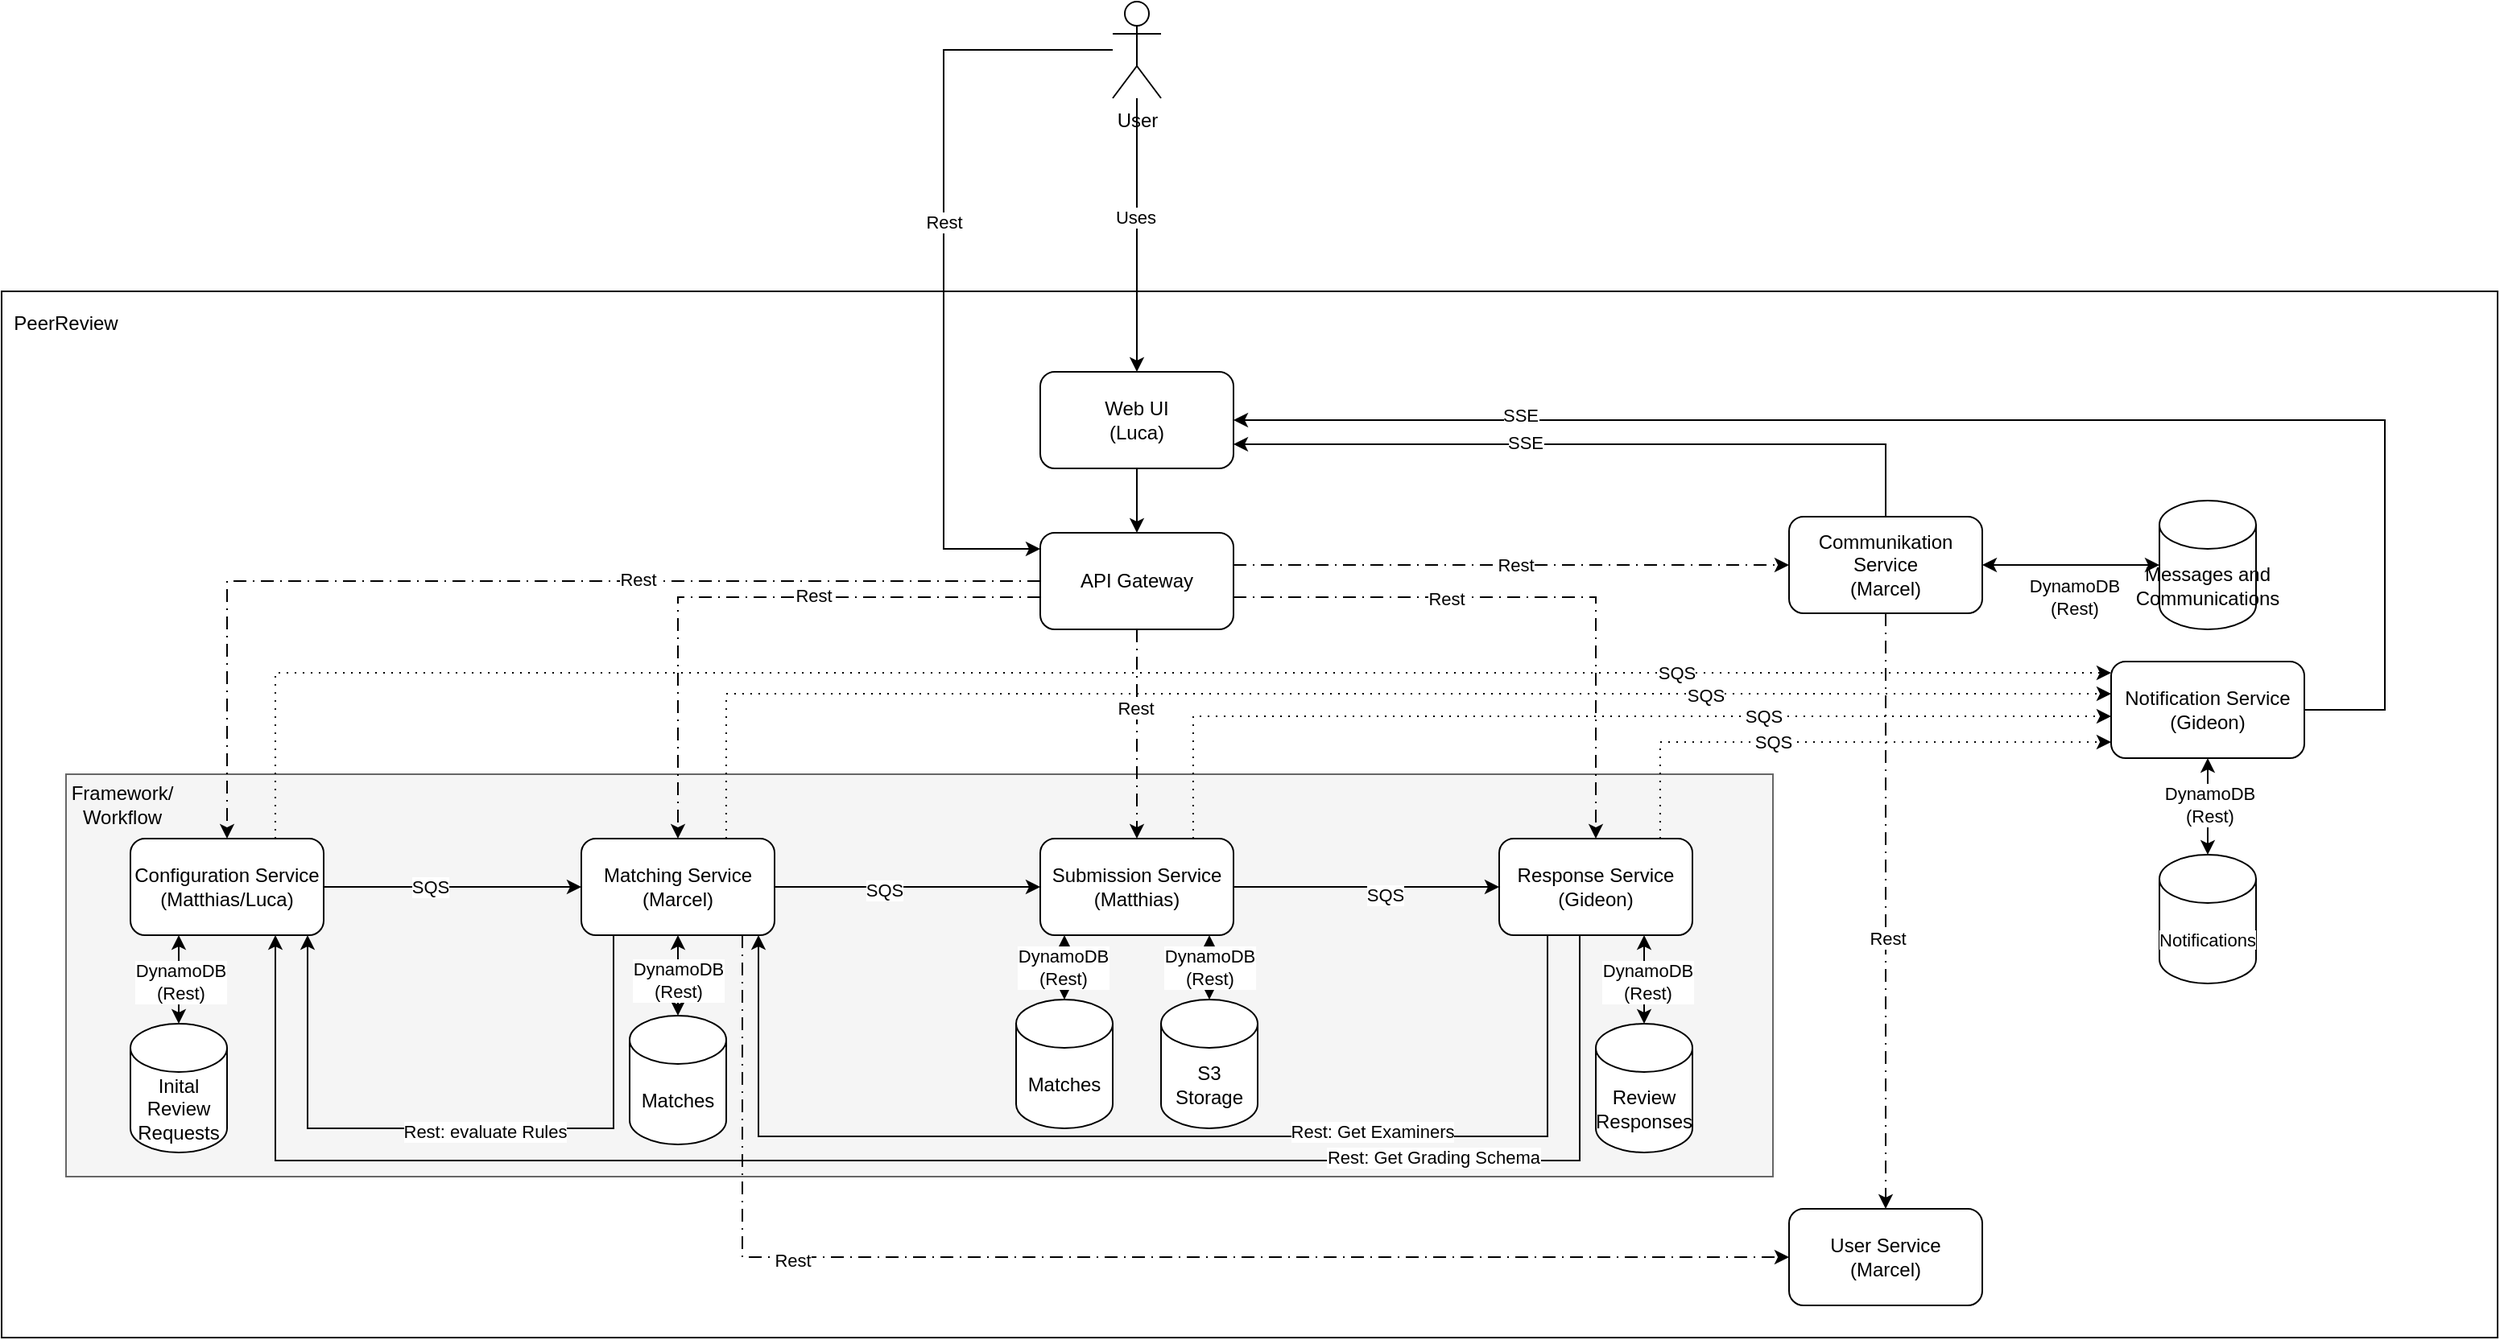
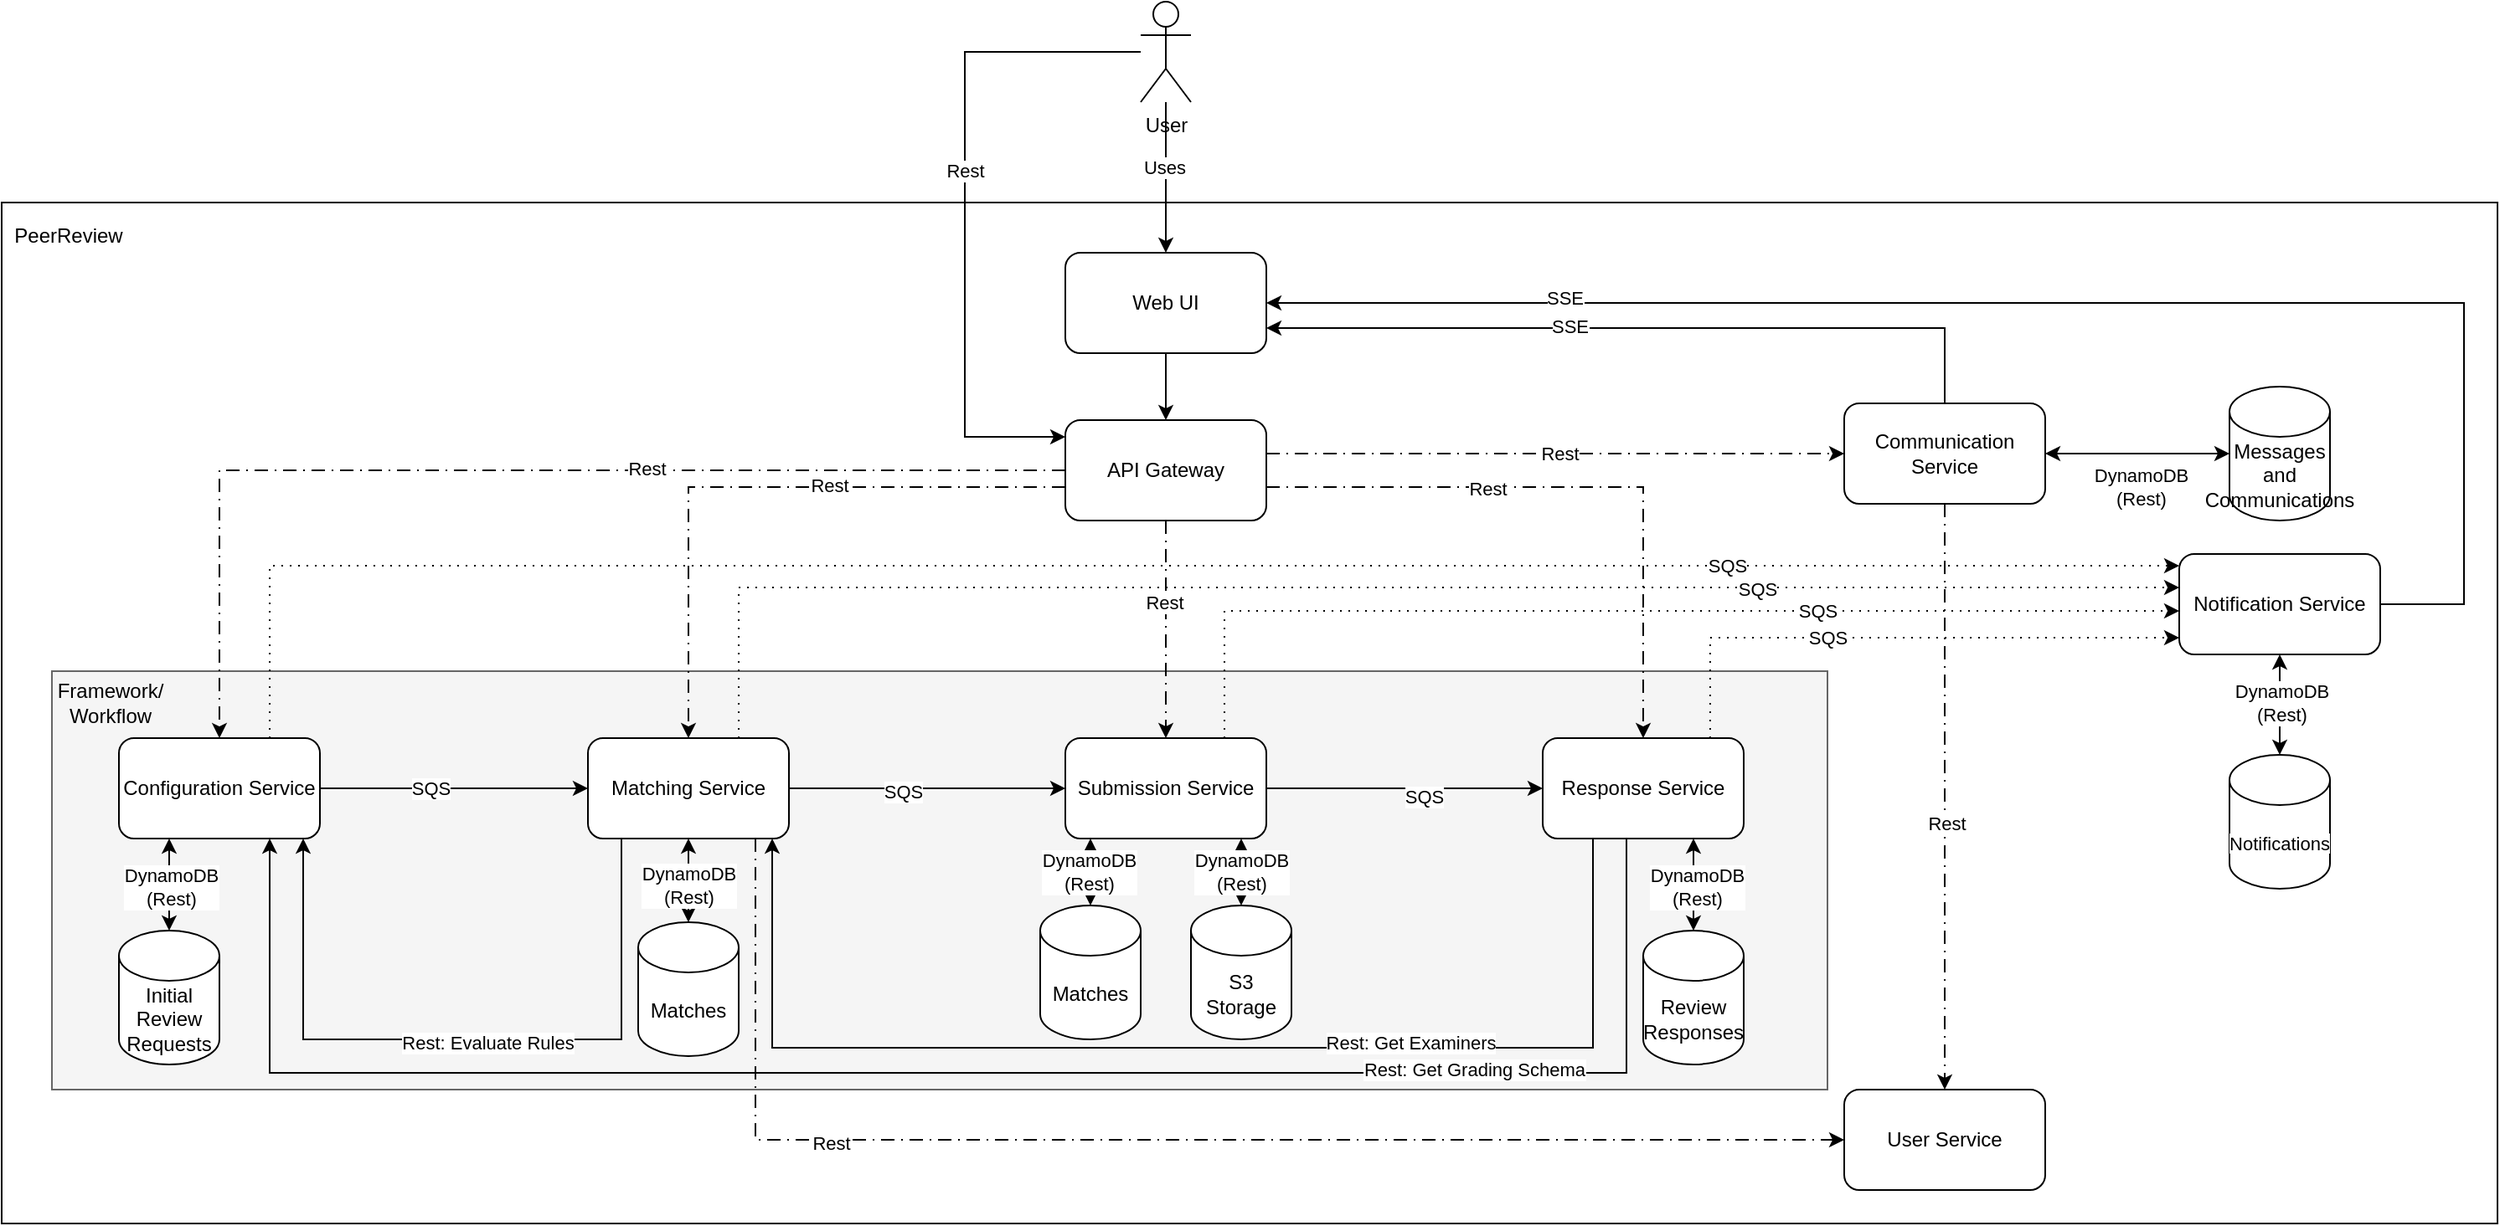
<mxfile host="Electron" agent="Mozilla/5.0 (X11; Linux x86_64) AppleWebKit/537.36 (KHTML, like Gecko) draw.io/28.2.5 Chrome/138.0.7204.251 Electron/37.6.1 Safari/537.36" pages="2">
  <diagram name="High Level" id="ID3RAyzOV6fLb8l5Ptma">
-     <mxGraphModel dx="2539" dy="2170" grid="1" gridSize="10" guides="1" tooltips="1" connect="1" arrows="1" fold="1" page="1" pageScale="1" pageWidth="827" pageHeight="1169" math="0" shadow="0">
+     <mxGraphModel dx="2094" dy="2085" grid="1" gridSize="10" guides="1" tooltips="1" connect="1" arrows="1" fold="1" page="1" pageScale="1" pageWidth="827" pageHeight="1169" math="0" shadow="0">
      <root>
        <mxCell id="0" />
        <mxCell id="1" parent="0" />
        <mxCell id="NVj9iPbqjQfBS6VMhpZ8-39" parent="1" style="rounded=0;whiteSpace=wrap;html=1;strokeColor=default;" value="" vertex="1">
-           <mxGeometry height="650" width="1550" x="-50" y="90" as="geometry" />
+           <mxGeometry height="610" width="1490" x="-40" y="110" as="geometry" />
        </mxCell>
        <mxCell id="slFzvp3YNuIOqwgEVRnD-15" parent="1" style="rounded=0;whiteSpace=wrap;html=1;fillColor=#f5f5f5;fontColor=#333333;strokeColor=#666666;" value="" vertex="1">
          <mxGeometry height="250" width="1060" x="-10" y="390" as="geometry" />
        </mxCell>
        <mxCell id="NVj9iPbqjQfBS6VMhpZ8-58" edge="1" parent="1" source="ausk1SaVNXoRTjEbY8qj-3" style="edgeStyle=orthogonalEdgeStyle;rounded=0;orthogonalLoop=1;jettySize=auto;html=1;dashed=1;dashPattern=8 4 1 4;" target="NVj9iPbqjQfBS6VMhpZ8-6">
          <mxGeometry relative="1" as="geometry">
            <Array as="points">
              <mxPoint x="990" y="260" />
              <mxPoint x="990" y="260" />
            </Array>
          </mxGeometry>
        </mxCell>
        <mxCell id="NVj9iPbqjQfBS6VMhpZ8-59" connectable="0" parent="NVj9iPbqjQfBS6VMhpZ8-58" style="edgeLabel;html=1;align=center;verticalAlign=middle;resizable=0;points=[];" value="Rest" vertex="1">
          <mxGeometry relative="1" x="0.0141" as="geometry">
            <mxPoint as="offset" />
          </mxGeometry>
        </mxCell>
        <mxCell id="ausk1SaVNXoRTjEbY8qj-4" edge="1" parent="1" source="NVj9iPbqjQfBS6VMhpZ8-1" style="edgeStyle=orthogonalEdgeStyle;rounded=0;orthogonalLoop=1;jettySize=auto;html=1;" target="ausk1SaVNXoRTjEbY8qj-3">
          <mxGeometry relative="1" as="geometry">
            <Array as="points">
              <mxPoint x="655" y="250" />
              <mxPoint x="655" y="250" />
            </Array>
          </mxGeometry>
        </mxCell>
-         <mxCell id="NVj9iPbqjQfBS6VMhpZ8-1" parent="1" style="rounded=1;whiteSpace=wrap;html=1;" value="Web UI&lt;br&gt;(Luca)" vertex="1">
+         <mxCell id="NVj9iPbqjQfBS6VMhpZ8-1" parent="1" style="rounded=1;whiteSpace=wrap;html=1;" value="Web UI" vertex="1">
          <mxGeometry height="60" width="120" x="595" y="140" as="geometry" />
        </mxCell>
        <mxCell id="NVj9iPbqjQfBS6VMhpZ8-61" edge="1" parent="1" source="NVj9iPbqjQfBS6VMhpZ8-4" style="edgeStyle=orthogonalEdgeStyle;rounded=0;orthogonalLoop=1;jettySize=auto;html=1;dashed=1;dashPattern=1 4;" target="NVj9iPbqjQfBS6VMhpZ8-12">
          <mxGeometry relative="1" as="geometry">
            <Array as="points">
              <mxPoint x="690" y="354" />
            </Array>
          </mxGeometry>
        </mxCell>
        <mxCell id="NVj9iPbqjQfBS6VMhpZ8-62" connectable="0" parent="NVj9iPbqjQfBS6VMhpZ8-61" style="edgeLabel;html=1;align=center;verticalAlign=middle;resizable=0;points=[];" value="SQS" vertex="1">
          <mxGeometry relative="1" x="-0.1511" y="1" as="geometry">
            <mxPoint x="156" y="1" as="offset" />
          </mxGeometry>
        </mxCell>
        <mxCell id="Owhqu0WwL8E9OPZJocHN-1" edge="1" parent="1" source="NVj9iPbqjQfBS6VMhpZ8-4" style="edgeStyle=orthogonalEdgeStyle;rounded=0;orthogonalLoop=1;jettySize=auto;html=1;" target="NVj9iPbqjQfBS6VMhpZ8-13">
          <mxGeometry relative="1" as="geometry" />
        </mxCell>
        <mxCell id="Owhqu0WwL8E9OPZJocHN-2" connectable="0" parent="Owhqu0WwL8E9OPZJocHN-1" style="edgeLabel;html=1;align=center;verticalAlign=middle;resizable=0;points=[];" value="SQS" vertex="1">
          <mxGeometry relative="1" x="0.1487" y="-5" as="geometry">
            <mxPoint x="-1" as="offset" />
          </mxGeometry>
        </mxCell>
        <mxCell id="oAghlbfqgMI8xfLaUeke-15" edge="1" parent="1" source="NVj9iPbqjQfBS6VMhpZ8-4" style="edgeStyle=orthogonalEdgeStyle;rounded=0;orthogonalLoop=1;jettySize=auto;html=1;startArrow=classic;startFill=1;" target="oAghlbfqgMI8xfLaUeke-14">
          <mxGeometry relative="1" as="geometry">
            <Array as="points">
              <mxPoint x="610" y="500" />
              <mxPoint x="610" y="500" />
            </Array>
          </mxGeometry>
        </mxCell>
        <mxCell id="oAghlbfqgMI8xfLaUeke-29" connectable="0" parent="oAghlbfqgMI8xfLaUeke-15" style="edgeLabel;html=1;align=center;verticalAlign=middle;resizable=0;points=[];" value="DynamoDB&lt;br&gt;(Rest)" vertex="1">
          <mxGeometry relative="1" x="-0.0024" y="-1" as="geometry">
            <mxPoint as="offset" />
          </mxGeometry>
        </mxCell>
        <mxCell id="oAghlbfqgMI8xfLaUeke-18" edge="1" parent="1" source="NVj9iPbqjQfBS6VMhpZ8-4" style="edgeStyle=orthogonalEdgeStyle;rounded=0;orthogonalLoop=1;jettySize=auto;html=1;startArrow=classic;startFill=1;" target="oAghlbfqgMI8xfLaUeke-17">
          <mxGeometry relative="1" as="geometry">
            <Array as="points">
              <mxPoint x="700" y="510" />
              <mxPoint x="700" y="510" />
            </Array>
          </mxGeometry>
        </mxCell>
        <mxCell id="oAghlbfqgMI8xfLaUeke-30" connectable="0" parent="oAghlbfqgMI8xfLaUeke-18" style="edgeLabel;html=1;align=center;verticalAlign=middle;resizable=0;points=[];" value="DynamoDB&lt;br&gt;(Rest)" vertex="1">
          <mxGeometry relative="1" x="-0.0024" as="geometry">
            <mxPoint as="offset" />
          </mxGeometry>
        </mxCell>
-         <mxCell id="NVj9iPbqjQfBS6VMhpZ8-4" parent="1" style="rounded=1;whiteSpace=wrap;html=1;" value="Submission Service&lt;br&gt;(Matthias)" vertex="1">
+         <mxCell id="NVj9iPbqjQfBS6VMhpZ8-4" parent="1" style="rounded=1;whiteSpace=wrap;html=1;" value="Submission Service" vertex="1">
          <mxGeometry height="60" width="120" x="595" y="430" as="geometry" />
        </mxCell>
        <mxCell id="NVj9iPbqjQfBS6VMhpZ8-27" edge="1" parent="1" source="NVj9iPbqjQfBS6VMhpZ8-6" style="edgeStyle=orthogonalEdgeStyle;rounded=0;orthogonalLoop=1;jettySize=auto;html=1;startArrow=classic;startFill=1;" target="NVj9iPbqjQfBS6VMhpZ8-26">
          <mxGeometry relative="1" as="geometry" />
        </mxCell>
        <mxCell id="NVj9iPbqjQfBS6VMhpZ8-34" connectable="0" parent="NVj9iPbqjQfBS6VMhpZ8-27" style="edgeLabel;html=1;align=center;verticalAlign=middle;resizable=0;points=[];" value="DynamoDB&lt;br&gt;(Rest)" vertex="1">
          <mxGeometry relative="1" x="-0.2444" y="-3" as="geometry">
            <mxPoint x="15" y="17" as="offset" />
          </mxGeometry>
        </mxCell>
        <mxCell id="cuKvIMZ_K0Dogn1DT0qO-4" edge="1" parent="1" source="NVj9iPbqjQfBS6VMhpZ8-6" style="edgeStyle=orthogonalEdgeStyle;rounded=0;orthogonalLoop=1;jettySize=auto;html=1;dashed=1;dashPattern=8 4 1 4;" target="cuKvIMZ_K0Dogn1DT0qO-1">
          <mxGeometry relative="1" as="geometry">
            <Array as="points">
              <mxPoint x="1120" y="690" />
            </Array>
          </mxGeometry>
        </mxCell>
        <mxCell id="oAghlbfqgMI8xfLaUeke-26" connectable="0" parent="cuKvIMZ_K0Dogn1DT0qO-4" style="edgeLabel;html=1;align=center;verticalAlign=middle;resizable=0;points=[];" value="Rest" vertex="1">
          <mxGeometry relative="1" x="0.0886" y="1" as="geometry">
            <mxPoint as="offset" />
          </mxGeometry>
        </mxCell>
        <mxCell id="oAghlbfqgMI8xfLaUeke-19" edge="1" parent="1" source="NVj9iPbqjQfBS6VMhpZ8-6" style="edgeStyle=orthogonalEdgeStyle;rounded=0;orthogonalLoop=1;jettySize=auto;html=1;entryX=1;entryY=0.75;entryDx=0;entryDy=0;" target="NVj9iPbqjQfBS6VMhpZ8-1">
          <mxGeometry relative="1" as="geometry">
            <Array as="points">
              <mxPoint x="1120" y="185" />
            </Array>
          </mxGeometry>
        </mxCell>
        <mxCell id="oAghlbfqgMI8xfLaUeke-20" connectable="0" parent="oAghlbfqgMI8xfLaUeke-19" style="edgeLabel;html=1;align=center;verticalAlign=middle;resizable=0;points=[];" value="SSE" vertex="1">
          <mxGeometry relative="1" x="0.1949" y="-1" as="geometry">
            <mxPoint as="offset" />
          </mxGeometry>
        </mxCell>
-         <mxCell id="NVj9iPbqjQfBS6VMhpZ8-6" parent="1" style="rounded=1;whiteSpace=wrap;html=1;" value="Communikation Service&lt;br&gt;(Marcel)" vertex="1">
+         <mxCell id="NVj9iPbqjQfBS6VMhpZ8-6" parent="1" style="rounded=1;whiteSpace=wrap;html=1;" value="Communication Service" vertex="1">
          <mxGeometry height="60" width="120" x="1060" y="230" as="geometry" />
        </mxCell>
        <mxCell id="NVj9iPbqjQfBS6VMhpZ8-43" edge="1" parent="1" source="NVj9iPbqjQfBS6VMhpZ8-12" style="edgeStyle=orthogonalEdgeStyle;rounded=0;orthogonalLoop=1;jettySize=auto;html=1;" target="NVj9iPbqjQfBS6VMhpZ8-1">
          <mxGeometry relative="1" as="geometry">
            <Array as="points">
              <mxPoint x="1430" y="350" />
              <mxPoint x="1430" y="170" />
            </Array>
          </mxGeometry>
        </mxCell>
        <mxCell id="oAghlbfqgMI8xfLaUeke-21" connectable="0" parent="NVj9iPbqjQfBS6VMhpZ8-43" style="edgeLabel;html=1;align=center;verticalAlign=middle;resizable=0;points=[];" value="SSE" vertex="1">
          <mxGeometry relative="1" x="0.6228" y="-3" as="geometry">
            <mxPoint as="offset" />
          </mxGeometry>
        </mxCell>
        <mxCell id="oAghlbfqgMI8xfLaUeke-23" edge="1" parent="1" source="NVj9iPbqjQfBS6VMhpZ8-12" style="edgeStyle=orthogonalEdgeStyle;rounded=0;orthogonalLoop=1;jettySize=auto;html=1;startArrow=classic;startFill=1;" target="oAghlbfqgMI8xfLaUeke-22">
          <mxGeometry relative="1" as="geometry" />
        </mxCell>
        <mxCell id="oAghlbfqgMI8xfLaUeke-25" connectable="0" parent="oAghlbfqgMI8xfLaUeke-23" style="edgeLabel;html=1;align=center;verticalAlign=middle;resizable=0;points=[];" value="DynamoDB&lt;br&gt;(Rest)" vertex="1">
          <mxGeometry relative="1" x="0.0584" as="geometry">
            <mxPoint x="1" y="-3" as="offset" />
          </mxGeometry>
        </mxCell>
-         <mxCell id="NVj9iPbqjQfBS6VMhpZ8-12" parent="1" style="rounded=1;whiteSpace=wrap;html=1;" value="Notification Service&lt;br&gt;(Gideon)" vertex="1">
+         <mxCell id="NVj9iPbqjQfBS6VMhpZ8-12" parent="1" style="rounded=1;whiteSpace=wrap;html=1;" value="Notification Service" vertex="1">
          <mxGeometry height="60" width="120" x="1260" y="320" as="geometry" />
        </mxCell>
        <mxCell id="NVj9iPbqjQfBS6VMhpZ8-69" edge="1" parent="1" source="NVj9iPbqjQfBS6VMhpZ8-13" style="edgeStyle=orthogonalEdgeStyle;rounded=0;orthogonalLoop=1;jettySize=auto;html=1;dashed=1;dashPattern=1 4;" target="NVj9iPbqjQfBS6VMhpZ8-12">
          <mxGeometry relative="1" as="geometry">
            <Array as="points">
              <mxPoint x="980" y="370" />
            </Array>
          </mxGeometry>
        </mxCell>
        <mxCell id="NVj9iPbqjQfBS6VMhpZ8-70" connectable="0" parent="NVj9iPbqjQfBS6VMhpZ8-69" style="edgeLabel;html=1;align=center;verticalAlign=middle;resizable=0;points=[];" value="SQS" vertex="1">
          <mxGeometry relative="1" x="-0.2" y="-1" as="geometry">
            <mxPoint x="-6" y="-1" as="offset" />
          </mxGeometry>
        </mxCell>
        <mxCell id="Owhqu0WwL8E9OPZJocHN-3" edge="1" parent="1" source="NVj9iPbqjQfBS6VMhpZ8-13" style="edgeStyle=orthogonalEdgeStyle;rounded=0;orthogonalLoop=1;jettySize=auto;html=1;entryX=0.75;entryY=1;entryDx=0;entryDy=0;" target="slFzvp3YNuIOqwgEVRnD-1">
          <mxGeometry relative="1" as="geometry">
            <Array as="points">
              <mxPoint x="930" y="630" />
              <mxPoint x="120" y="630" />
            </Array>
          </mxGeometry>
        </mxCell>
        <mxCell id="Owhqu0WwL8E9OPZJocHN-4" connectable="0" parent="Owhqu0WwL8E9OPZJocHN-3" style="edgeLabel;html=1;align=center;verticalAlign=middle;resizable=0;points=[];" value="Rest: Get Grading Schema" vertex="1">
          <mxGeometry relative="1" x="-0.2274" as="geometry">
            <mxPoint x="190" y="-2" as="offset" />
          </mxGeometry>
        </mxCell>
        <mxCell id="Owhqu0WwL8E9OPZJocHN-5" edge="1" parent="1" source="NVj9iPbqjQfBS6VMhpZ8-13" style="edgeStyle=orthogonalEdgeStyle;rounded=0;orthogonalLoop=1;jettySize=auto;html=1;" target="slFzvp3YNuIOqwgEVRnD-6">
          <mxGeometry relative="1" as="geometry">
            <Array as="points">
              <mxPoint x="910" y="615" />
              <mxPoint x="420" y="615" />
            </Array>
          </mxGeometry>
        </mxCell>
        <mxCell id="Owhqu0WwL8E9OPZJocHN-6" connectable="0" parent="Owhqu0WwL8E9OPZJocHN-5" style="edgeLabel;html=1;align=center;verticalAlign=middle;resizable=0;points=[];" value="Rest: Get Examiners" vertex="1">
          <mxGeometry relative="1" x="-0.063" y="-3" as="geometry">
            <mxPoint x="112" as="offset" />
          </mxGeometry>
        </mxCell>
        <mxCell id="oAghlbfqgMI8xfLaUeke-27" edge="1" parent="1" source="NVj9iPbqjQfBS6VMhpZ8-13" style="edgeStyle=orthogonalEdgeStyle;rounded=0;orthogonalLoop=1;jettySize=auto;html=1;startArrow=classic;startFill=1;" target="oAghlbfqgMI8xfLaUeke-16">
          <mxGeometry relative="1" as="geometry">
            <Array as="points">
              <mxPoint x="970" y="510" />
              <mxPoint x="970" y="510" />
            </Array>
          </mxGeometry>
        </mxCell>
        <mxCell id="oAghlbfqgMI8xfLaUeke-28" connectable="0" parent="oAghlbfqgMI8xfLaUeke-27" style="edgeLabel;html=1;align=center;verticalAlign=middle;resizable=0;points=[];" value="DynamoDB&lt;br&gt;(Rest)" vertex="1">
          <mxGeometry relative="1" x="0.0303" y="2" as="geometry">
            <mxPoint as="offset" />
          </mxGeometry>
        </mxCell>
-         <mxCell id="NVj9iPbqjQfBS6VMhpZ8-13" parent="1" style="rounded=1;whiteSpace=wrap;html=1;" value="Response Service&lt;br&gt;(Gideon)" vertex="1">
+         <mxCell id="NVj9iPbqjQfBS6VMhpZ8-13" parent="1" style="rounded=1;whiteSpace=wrap;html=1;" value="Response Service" vertex="1">
          <mxGeometry height="60" width="120" x="880" y="430" as="geometry" />
        </mxCell>
-         <mxCell id="NVj9iPbqjQfBS6VMhpZ8-26" parent="1" style="shape=cylinder3;whiteSpace=wrap;html=1;boundedLbl=1;backgroundOutline=1;size=15;" value="&lt;div&gt;Messages and Communications&lt;/div&gt;" vertex="1">
+         <mxCell id="NVj9iPbqjQfBS6VMhpZ8-26" parent="1" style="shape=cylinder3;whiteSpace=wrap;html=1;boundedLbl=1;backgroundOutline=1;size=15;" value="&lt;div&gt;Messages &lt;br&gt;and Communications&lt;/div&gt;" vertex="1">
          <mxGeometry height="80" width="60" x="1290" y="220" as="geometry" />
        </mxCell>
        <mxCell id="NVj9iPbqjQfBS6VMhpZ8-41" edge="1" parent="1" source="NVj9iPbqjQfBS6VMhpZ8-38" style="edgeStyle=orthogonalEdgeStyle;rounded=0;orthogonalLoop=1;jettySize=auto;html=1;entryX=0.5;entryY=0;entryDx=0;entryDy=0;" target="NVj9iPbqjQfBS6VMhpZ8-1">
          <mxGeometry relative="1" as="geometry" />
        </mxCell>
        <mxCell id="NVj9iPbqjQfBS6VMhpZ8-42" connectable="0" parent="NVj9iPbqjQfBS6VMhpZ8-41" style="edgeLabel;html=1;align=center;verticalAlign=middle;resizable=0;points=[];" value="Uses" vertex="1">
          <mxGeometry relative="1" x="-0.1348" y="-1" as="geometry">
            <mxPoint as="offset" />
          </mxGeometry>
        </mxCell>
        <mxCell id="FmUHRXMwn8OitpMJVP8s-4" edge="1" parent="1" source="NVj9iPbqjQfBS6VMhpZ8-38" style="edgeStyle=orthogonalEdgeStyle;rounded=0;orthogonalLoop=1;jettySize=auto;html=1;" target="ausk1SaVNXoRTjEbY8qj-3">
          <mxGeometry relative="1" as="geometry">
            <Array as="points">
-               <mxPoint x="535" y="-60" />
+               <mxPoint x="535" y="20" />
              <mxPoint x="535" y="250" />
            </Array>
          </mxGeometry>
        </mxCell>
        <mxCell id="FmUHRXMwn8OitpMJVP8s-5" connectable="0" parent="FmUHRXMwn8OitpMJVP8s-4" style="edgeLabel;html=1;align=center;verticalAlign=middle;resizable=0;points=[];" value="Rest" vertex="1">
          <mxGeometry relative="1" x="-0.1078" as="geometry">
            <mxPoint as="offset" />
          </mxGeometry>
        </mxCell>
        <mxCell id="NVj9iPbqjQfBS6VMhpZ8-38" parent="1" style="shape=umlActor;verticalLabelPosition=bottom;verticalAlign=top;html=1;outlineConnect=0;" value="User" vertex="1">
-           <mxGeometry height="60" width="30" x="640" y="-90" as="geometry" />
+           <mxGeometry height="60" width="30" x="640" y="-10" as="geometry" />
        </mxCell>
        <mxCell id="NVj9iPbqjQfBS6VMhpZ8-45" parent="1" style="text;html=1;whiteSpace=wrap;strokeColor=none;fillColor=none;align=center;verticalAlign=middle;rounded=0;" value="PeerReview" vertex="1">
-           <mxGeometry height="40" width="80" x="-50" y="90" as="geometry" />
+           <mxGeometry height="40" width="80" x="-40" y="110" as="geometry" />
        </mxCell>
        <mxCell id="ausk1SaVNXoRTjEbY8qj-5" edge="1" parent="1" source="ausk1SaVNXoRTjEbY8qj-3" style="edgeStyle=orthogonalEdgeStyle;rounded=0;orthogonalLoop=1;jettySize=auto;html=1;dashed=1;dashPattern=8 4 1 4;" target="NVj9iPbqjQfBS6VMhpZ8-4">
          <mxGeometry relative="1" as="geometry">
            <Array as="points">
              <mxPoint x="655" y="370" />
              <mxPoint x="655" y="370" />
            </Array>
          </mxGeometry>
        </mxCell>
        <mxCell id="FmUHRXMwn8OitpMJVP8s-1" connectable="0" parent="ausk1SaVNXoRTjEbY8qj-5" style="edgeLabel;html=1;align=center;verticalAlign=middle;resizable=0;points=[];" value="Rest" vertex="1">
          <mxGeometry relative="1" x="-0.2464" y="-1" as="geometry">
            <mxPoint as="offset" />
          </mxGeometry>
        </mxCell>
        <mxCell id="ausk1SaVNXoRTjEbY8qj-7" edge="1" parent="1" source="ausk1SaVNXoRTjEbY8qj-3" style="edgeStyle=orthogonalEdgeStyle;rounded=0;orthogonalLoop=1;jettySize=auto;html=1;dashed=1;dashPattern=8 4 1 4;" target="NVj9iPbqjQfBS6VMhpZ8-13">
          <mxGeometry relative="1" as="geometry">
            <Array as="points">
              <mxPoint x="940" y="280" />
            </Array>
          </mxGeometry>
        </mxCell>
        <mxCell id="FmUHRXMwn8OitpMJVP8s-3" connectable="0" parent="ausk1SaVNXoRTjEbY8qj-7" style="edgeLabel;html=1;align=center;verticalAlign=middle;resizable=0;points=[];" value="Rest" vertex="1">
          <mxGeometry relative="1" x="-0.2977" y="-1" as="geometry">
            <mxPoint as="offset" />
          </mxGeometry>
        </mxCell>
        <mxCell id="ausk1SaVNXoRTjEbY8qj-3" parent="1" style="rounded=1;whiteSpace=wrap;html=1;" value="API Gateway" vertex="1">
          <mxGeometry height="60" width="120" x="595" y="240" as="geometry" />
        </mxCell>
        <mxCell id="slFzvp3YNuIOqwgEVRnD-4" edge="1" parent="1" source="slFzvp3YNuIOqwgEVRnD-6" style="edgeStyle=orthogonalEdgeStyle;rounded=0;orthogonalLoop=1;jettySize=auto;html=1;" target="NVj9iPbqjQfBS6VMhpZ8-4">
          <mxGeometry relative="1" as="geometry" />
        </mxCell>
        <mxCell id="slFzvp3YNuIOqwgEVRnD-11" connectable="0" parent="slFzvp3YNuIOqwgEVRnD-4" style="edgeLabel;html=1;align=center;verticalAlign=middle;resizable=0;points=[];" value="SQS" vertex="1">
          <mxGeometry relative="1" x="-0.1836" y="-2" as="geometry">
            <mxPoint as="offset" />
          </mxGeometry>
        </mxCell>
        <mxCell id="oAghlbfqgMI8xfLaUeke-3" edge="1" parent="1" source="slFzvp3YNuIOqwgEVRnD-1" style="edgeStyle=orthogonalEdgeStyle;rounded=0;orthogonalLoop=1;jettySize=auto;html=1;startArrow=classic;startFill=1;" target="oAghlbfqgMI8xfLaUeke-2">
          <mxGeometry relative="1" as="geometry">
            <Array as="points">
              <mxPoint x="60" y="500" />
              <mxPoint x="60" y="500" />
            </Array>
          </mxGeometry>
        </mxCell>
        <mxCell id="oAghlbfqgMI8xfLaUeke-4" connectable="0" parent="oAghlbfqgMI8xfLaUeke-3" style="edgeLabel;html=1;align=center;verticalAlign=middle;resizable=0;points=[];" value="DynamoDB&lt;br&gt;(Rest)" vertex="1">
          <mxGeometry relative="1" x="0.042" y="1" as="geometry">
            <mxPoint as="offset" />
          </mxGeometry>
        </mxCell>
        <mxCell id="oAghlbfqgMI8xfLaUeke-7" edge="1" parent="1" source="slFzvp3YNuIOqwgEVRnD-1" style="edgeStyle=orthogonalEdgeStyle;rounded=0;orthogonalLoop=1;jettySize=auto;html=1;dashed=1;dashPattern=1 4;" target="NVj9iPbqjQfBS6VMhpZ8-12">
          <mxGeometry relative="1" as="geometry">
            <Array as="points">
              <mxPoint x="120" y="327" />
            </Array>
          </mxGeometry>
        </mxCell>
        <mxCell id="oAghlbfqgMI8xfLaUeke-8" connectable="0" parent="oAghlbfqgMI8xfLaUeke-7" style="edgeLabel;html=1;align=center;verticalAlign=middle;resizable=0;points=[];" value="SQS" vertex="1">
          <mxGeometry relative="1" x="0.5648" as="geometry">
            <mxPoint as="offset" />
          </mxGeometry>
        </mxCell>
-         <mxCell id="slFzvp3YNuIOqwgEVRnD-1" parent="1" style="rounded=1;whiteSpace=wrap;html=1;" value="Configuration Service&lt;br&gt;(Matthias/Luca)" vertex="1">
+         <mxCell id="slFzvp3YNuIOqwgEVRnD-1" parent="1" style="rounded=1;whiteSpace=wrap;html=1;" value="Configuration Service" vertex="1">
          <mxGeometry height="60" width="120" x="30" y="430" as="geometry" />
        </mxCell>
        <mxCell id="slFzvp3YNuIOqwgEVRnD-2" edge="1" parent="1" source="ausk1SaVNXoRTjEbY8qj-3" style="edgeStyle=orthogonalEdgeStyle;rounded=0;orthogonalLoop=1;jettySize=auto;html=1;dashed=1;dashPattern=8 4 1 4;" target="slFzvp3YNuIOqwgEVRnD-1">
          <mxGeometry relative="1" as="geometry">
            <Array as="points">
              <mxPoint x="90" y="270" />
            </Array>
            <mxPoint x="580" y="290" as="sourcePoint" />
            <mxPoint x="440" y="390" as="targetPoint" />
          </mxGeometry>
        </mxCell>
        <mxCell id="slFzvp3YNuIOqwgEVRnD-3" connectable="0" parent="slFzvp3YNuIOqwgEVRnD-2" style="edgeLabel;html=1;align=center;verticalAlign=middle;resizable=0;points=[];" value="Rest" vertex="1">
          <mxGeometry relative="1" x="-0.2464" y="-1" as="geometry">
            <mxPoint as="offset" />
          </mxGeometry>
        </mxCell>
        <mxCell id="slFzvp3YNuIOqwgEVRnD-7" edge="1" parent="1" source="slFzvp3YNuIOqwgEVRnD-1" style="edgeStyle=orthogonalEdgeStyle;rounded=0;orthogonalLoop=1;jettySize=auto;html=1;" target="slFzvp3YNuIOqwgEVRnD-6" value="">
          <mxGeometry relative="1" as="geometry">
            <mxPoint x="150" y="460" as="sourcePoint" />
            <mxPoint x="340" y="460" as="targetPoint" />
          </mxGeometry>
        </mxCell>
        <mxCell id="slFzvp3YNuIOqwgEVRnD-8" connectable="0" parent="slFzvp3YNuIOqwgEVRnD-7" style="edgeLabel;html=1;align=center;verticalAlign=middle;resizable=0;points=[];" value="SQS" vertex="1">
          <mxGeometry relative="1" x="-0.183" as="geometry">
            <mxPoint as="offset" />
          </mxGeometry>
        </mxCell>
        <mxCell id="cuKvIMZ_K0Dogn1DT0qO-2" edge="1" parent="1" source="slFzvp3YNuIOqwgEVRnD-6" style="edgeStyle=orthogonalEdgeStyle;rounded=0;orthogonalLoop=1;jettySize=auto;html=1;dashed=1;dashPattern=8 4 1 4;" target="cuKvIMZ_K0Dogn1DT0qO-1">
          <mxGeometry relative="1" as="geometry">
            <Array as="points">
-               <mxPoint x="410" y="690" />
+               <mxPoint x="410" y="670" />
            </Array>
          </mxGeometry>
        </mxCell>
        <mxCell id="oAghlbfqgMI8xfLaUeke-1" connectable="0" parent="cuKvIMZ_K0Dogn1DT0qO-2" style="edgeLabel;html=1;align=center;verticalAlign=middle;resizable=0;points=[];" value="Rest" vertex="1">
          <mxGeometry relative="1" x="-0.4577" y="-2" as="geometry">
            <mxPoint as="offset" />
          </mxGeometry>
        </mxCell>
        <mxCell id="Owhqu0WwL8E9OPZJocHN-7" edge="1" parent="1" source="slFzvp3YNuIOqwgEVRnD-6" style="edgeStyle=orthogonalEdgeStyle;rounded=0;orthogonalLoop=1;jettySize=auto;html=1;" target="slFzvp3YNuIOqwgEVRnD-1">
          <mxGeometry relative="1" as="geometry">
            <Array as="points">
              <mxPoint x="330" y="610" />
              <mxPoint x="140" y="610" />
            </Array>
          </mxGeometry>
        </mxCell>
-         <mxCell id="Owhqu0WwL8E9OPZJocHN-8" connectable="0" parent="Owhqu0WwL8E9OPZJocHN-7" style="edgeLabel;html=1;align=center;verticalAlign=middle;resizable=0;points=[];" value="Rest: evaluate Rules" vertex="1">
+         <mxCell id="Owhqu0WwL8E9OPZJocHN-8" connectable="0" parent="Owhqu0WwL8E9OPZJocHN-7" style="edgeLabel;html=1;align=center;verticalAlign=middle;resizable=0;points=[];" value="Rest: Evaluate Rules" vertex="1">
          <mxGeometry relative="1" x="-0.3399" y="2" as="geometry">
            <mxPoint x="-58" as="offset" />
          </mxGeometry>
        </mxCell>
        <mxCell id="oAghlbfqgMI8xfLaUeke-5" edge="1" parent="1" source="slFzvp3YNuIOqwgEVRnD-6" style="edgeStyle=orthogonalEdgeStyle;rounded=0;orthogonalLoop=1;jettySize=auto;html=1;dashed=1;dashPattern=1 4;" target="NVj9iPbqjQfBS6VMhpZ8-12">
          <mxGeometry relative="1" as="geometry">
            <Array as="points">
              <mxPoint x="400" y="340" />
            </Array>
          </mxGeometry>
        </mxCell>
        <mxCell id="oAghlbfqgMI8xfLaUeke-6" connectable="0" parent="oAghlbfqgMI8xfLaUeke-5" style="edgeLabel;html=1;align=center;verticalAlign=middle;resizable=0;points=[];" value="SQS" vertex="1">
          <mxGeometry relative="1" x="0.5459" y="-1" as="geometry">
            <mxPoint x="-37" as="offset" />
          </mxGeometry>
        </mxCell>
        <mxCell id="oAghlbfqgMI8xfLaUeke-12" edge="1" parent="1" source="slFzvp3YNuIOqwgEVRnD-6" style="edgeStyle=orthogonalEdgeStyle;rounded=0;orthogonalLoop=1;jettySize=auto;html=1;startArrow=classic;startFill=1;" target="oAghlbfqgMI8xfLaUeke-11">
          <mxGeometry relative="1" as="geometry" />
        </mxCell>
        <mxCell id="oAghlbfqgMI8xfLaUeke-13" connectable="0" parent="oAghlbfqgMI8xfLaUeke-12" style="edgeLabel;html=1;align=center;verticalAlign=middle;resizable=0;points=[];" value="DynamoDB&lt;br&gt;(Rest)" vertex="1">
          <mxGeometry relative="1" x="0.0933" as="geometry">
            <mxPoint as="offset" />
          </mxGeometry>
        </mxCell>
-         <mxCell id="slFzvp3YNuIOqwgEVRnD-6" parent="1" style="rounded=1;whiteSpace=wrap;html=1;" value="Matching Service&lt;br&gt;(Marcel)" vertex="1">
+         <mxCell id="slFzvp3YNuIOqwgEVRnD-6" parent="1" style="rounded=1;whiteSpace=wrap;html=1;" value="Matching Service" vertex="1">
          <mxGeometry height="60" width="120" x="310" y="430" as="geometry" />
        </mxCell>
        <mxCell id="slFzvp3YNuIOqwgEVRnD-9" edge="1" parent="1" source="ausk1SaVNXoRTjEbY8qj-3" style="edgeStyle=orthogonalEdgeStyle;rounded=0;orthogonalLoop=1;jettySize=auto;html=1;dashed=1;dashPattern=8 4 1 4;" target="slFzvp3YNuIOqwgEVRnD-6">
          <mxGeometry relative="1" as="geometry">
            <Array as="points">
              <mxPoint x="370" y="280" />
            </Array>
            <mxPoint x="340" y="280" as="sourcePoint" />
            <mxPoint x="300" y="420" as="targetPoint" />
          </mxGeometry>
        </mxCell>
        <mxCell id="slFzvp3YNuIOqwgEVRnD-10" connectable="0" parent="slFzvp3YNuIOqwgEVRnD-9" style="edgeLabel;html=1;align=center;verticalAlign=middle;resizable=0;points=[];" value="Rest" vertex="1">
          <mxGeometry relative="1" x="-0.2464" y="-1" as="geometry">
            <mxPoint as="offset" />
          </mxGeometry>
        </mxCell>
        <mxCell id="slFzvp3YNuIOqwgEVRnD-16" parent="1" style="text;html=1;whiteSpace=wrap;strokeColor=none;fillColor=none;align=center;verticalAlign=middle;rounded=0;" value="Framework/&lt;br&gt;Workflow" vertex="1">
          <mxGeometry height="30" width="60" x="-5" y="394" as="geometry" />
        </mxCell>
-         <mxCell id="cuKvIMZ_K0Dogn1DT0qO-1" parent="1" style="rounded=1;whiteSpace=wrap;html=1;" value="User Service&lt;br&gt;(Marcel)" vertex="1">
-           <mxGeometry height="60" width="120" x="1060" y="660" as="geometry" />
-         </mxCell>
-         <mxCell id="oAghlbfqgMI8xfLaUeke-2" parent="1" style="shape=cylinder3;whiteSpace=wrap;html=1;boundedLbl=1;backgroundOutline=1;size=15;" value="Inital Review Requests" vertex="1">
+         <mxCell id="cuKvIMZ_K0Dogn1DT0qO-1" parent="1" style="rounded=1;whiteSpace=wrap;html=1;" value="User Service" vertex="1">
+           <mxGeometry height="60" width="120" x="1060" y="640" as="geometry" />
+         </mxCell>
+         <mxCell id="oAghlbfqgMI8xfLaUeke-2" parent="1" style="shape=cylinder3;whiteSpace=wrap;html=1;boundedLbl=1;backgroundOutline=1;size=15;" value="Initial Review Requests" vertex="1">
          <mxGeometry height="80" width="60" x="30" y="545" as="geometry" />
        </mxCell>
        <mxCell id="oAghlbfqgMI8xfLaUeke-11" parent="1" style="shape=cylinder3;whiteSpace=wrap;html=1;boundedLbl=1;backgroundOutline=1;size=15;" value="Matches" vertex="1">
          <mxGeometry height="80" width="60" x="340" y="540" as="geometry" />
        </mxCell>
        <mxCell id="oAghlbfqgMI8xfLaUeke-14" parent="1" style="shape=cylinder3;whiteSpace=wrap;html=1;boundedLbl=1;backgroundOutline=1;size=15;" value="Matches" vertex="1">
          <mxGeometry height="80" width="60" x="580" y="530" as="geometry" />
        </mxCell>
        <mxCell id="oAghlbfqgMI8xfLaUeke-16" parent="1" style="shape=cylinder3;whiteSpace=wrap;html=1;boundedLbl=1;backgroundOutline=1;size=15;" value="Review&lt;br&gt;Responses" vertex="1">
          <mxGeometry height="80" width="60" x="940" y="545" as="geometry" />
        </mxCell>
        <mxCell id="oAghlbfqgMI8xfLaUeke-17" parent="1" style="shape=cylinder3;whiteSpace=wrap;html=1;boundedLbl=1;backgroundOutline=1;size=15;" value="S3 Storage" vertex="1">
          <mxGeometry height="80" width="60" x="670" y="530" as="geometry" />
        </mxCell>
        <mxCell id="oAghlbfqgMI8xfLaUeke-22" parent="1" style="shape=cylinder3;whiteSpace=wrap;html=1;boundedLbl=1;backgroundOutline=1;size=15;" value="&lt;span style=&quot;font-size: 11px; white-space: nowrap; background-color: rgb(255, 255, 255);&quot;&gt;Notifications&lt;/span&gt;" vertex="1">
          <mxGeometry height="80" width="60" x="1290" y="440" as="geometry" />
        </mxCell>
      </root>
    </mxGraphModel>
  </diagram>
  <diagram id="5QttxB4BTeYqXKBh0CZs" name="AWS">
-     <mxGraphModel dx="1712" dy="2170" grid="1" gridSize="10" guides="1" tooltips="1" connect="1" arrows="1" fold="1" page="1" pageScale="1" pageWidth="827" pageHeight="1169" math="0" shadow="0">
+     <mxGraphModel dx="1629" dy="2346" grid="1" gridSize="10" guides="1" tooltips="1" connect="1" arrows="1" fold="1" page="1" pageScale="1" pageWidth="827" pageHeight="1169" math="0" shadow="0">
      <root>
        <mxCell id="0" />
        <mxCell id="1" parent="0" />
        <mxCell id="StVWuoEk6P6bkURyirUW-1" parent="1" style="points=[[0,0],[0.25,0],[0.5,0],[0.75,0],[1,0],[1,0.25],[1,0.5],[1,0.75],[1,1],[0.75,1],[0.5,1],[0.25,1],[0,1],[0,0.75],[0,0.5],[0,0.25]];outlineConnect=0;gradientColor=none;html=1;whiteSpace=wrap;fontSize=12;fontStyle=0;container=1;pointerEvents=0;collapsible=0;recursiveResize=0;shape=mxgraph.aws4.group;grIcon=mxgraph.aws4.group_account;strokeColor=#CD2264;fillColor=none;verticalAlign=top;align=left;spacingLeft=30;fontColor=#CD2264;dashed=0;" value="AWS Account" vertex="1">
          <mxGeometry height="890" width="1000" x="10" y="-210" as="geometry" />
        </mxCell>
        <mxCell id="StVWuoEk6P6bkURyirUW-2" parent="StVWuoEk6P6bkURyirUW-1" style="points=[[0,0],[0.25,0],[0.5,0],[0.75,0],[1,0],[1,0.25],[1,0.5],[1,0.75],[1,1],[0.75,1],[0.5,1],[0.25,1],[0,1],[0,0.75],[0,0.5],[0,0.25]];outlineConnect=0;gradientColor=none;html=1;whiteSpace=wrap;fontSize=12;fontStyle=0;container=1;pointerEvents=0;collapsible=0;recursiveResize=0;shape=mxgraph.aws4.group;grIcon=mxgraph.aws4.group_vpc2;strokeColor=#8C4FFF;fillColor=none;verticalAlign=top;align=left;spacingLeft=30;fontColor=#AAB7B8;dashed=0;" value="VPC" vertex="1">
          <mxGeometry height="410" width="910" x="80" y="320" as="geometry" />
        </mxCell>
        <mxCell id="StVWuoEk6P6bkURyirUW-3" parent="StVWuoEk6P6bkURyirUW-2" style="sketch=0;outlineConnect=0;gradientColor=none;html=1;whiteSpace=wrap;fontSize=12;fontStyle=0;shape=mxgraph.aws4.group;grIcon=mxgraph.aws4.group_subnet;strokeColor=#879196;fillColor=none;verticalAlign=top;align=left;spacingLeft=30;fontColor=#879196;dashed=0;" value="Private IPV6" vertex="1">
          <mxGeometry height="350" width="405" x="495" y="50" as="geometry" />
        </mxCell>
        <mxCell id="StVWuoEk6P6bkURyirUW-4" parent="StVWuoEk6P6bkURyirUW-2" style="sketch=0;outlineConnect=0;gradientColor=none;html=1;whiteSpace=wrap;fontSize=12;fontStyle=0;shape=mxgraph.aws4.group;grIcon=mxgraph.aws4.group_subnet;strokeColor=#879196;fillColor=none;verticalAlign=top;align=left;spacingLeft=30;fontColor=#879196;dashed=0;" value="Public IPv4" vertex="1">
          <mxGeometry height="130" width="130" x="35.32" y="50" as="geometry" />
        </mxCell>
        <mxCell id="StVWuoEk6P6bkURyirUW-5" parent="StVWuoEk6P6bkURyirUW-2" style="rounded=0;whiteSpace=wrap;html=1;fillColor=#f8cecc;strokeColor=#b85450;rotation=-30;" value="&lt;b&gt;&lt;font style=&quot;font-size: 15px;&quot;&gt;NOT IN USE&lt;/font&gt;&lt;/b&gt;" vertex="1">
          <mxGeometry height="20" width="160.64" x="20.000000000000007" y="105" as="geometry" />
        </mxCell>
        <mxCell id="StVWuoEk6P6bkURyirUW-6" parent="StVWuoEk6P6bkURyirUW-2" style="sketch=0;outlineConnect=0;gradientColor=none;html=1;whiteSpace=wrap;fontSize=12;fontStyle=0;shape=mxgraph.aws4.group;grIcon=mxgraph.aws4.group_subnet;strokeColor=#879196;fillColor=none;verticalAlign=top;align=left;spacingLeft=30;fontColor=#879196;dashed=0;" value="Private DualStack" vertex="1">
          <mxGeometry height="330" width="240" x="195" y="50" as="geometry" />
        </mxCell>
        <mxCell id="StVWuoEk6P6bkURyirUW-60" edge="1" parent="StVWuoEk6P6bkURyirUW-2" source="StVWuoEk6P6bkURyirUW-7" style="edgeStyle=orthogonalEdgeStyle;rounded=0;orthogonalLoop=1;jettySize=auto;html=1;" target="StVWuoEk6P6bkURyirUW-54">
          <mxGeometry relative="1" as="geometry">
            <Array as="points">
              <mxPoint x="465" y="200" />
-               <mxPoint x="465" y="335" />
+               <mxPoint x="465" y="300" />
            </Array>
          </mxGeometry>
        </mxCell>
        <mxCell id="StVWuoEk6P6bkURyirUW-61" connectable="0" parent="StVWuoEk6P6bkURyirUW-60" style="edgeLabel;html=1;align=center;verticalAlign=middle;resizable=0;points=[];" value="Proxy Request" vertex="1">
          <mxGeometry relative="1" x="-0.4836" y="-1" as="geometry">
            <mxPoint as="offset" />
          </mxGeometry>
        </mxCell>
        <mxCell id="StVWuoEk6P6bkURyirUW-62" edge="1" parent="StVWuoEk6P6bkURyirUW-2" source="StVWuoEk6P6bkURyirUW-7" style="edgeStyle=orthogonalEdgeStyle;rounded=0;orthogonalLoop=1;jettySize=auto;html=1;" target="StVWuoEk6P6bkURyirUW-19">
          <mxGeometry relative="1" as="geometry">
            <Array as="points">
              <mxPoint x="465" y="170" />
              <mxPoint x="465" y="135" />
            </Array>
          </mxGeometry>
        </mxCell>
        <mxCell id="StVWuoEk6P6bkURyirUW-63" connectable="0" parent="StVWuoEk6P6bkURyirUW-62" style="edgeLabel;html=1;align=center;verticalAlign=middle;resizable=0;points=[];" value="DNS" vertex="1">
          <mxGeometry relative="1" x="-0.2695" y="3" as="geometry">
            <mxPoint as="offset" />
          </mxGeometry>
        </mxCell>
        <mxCell id="StVWuoEk6P6bkURyirUW-7" parent="StVWuoEk6P6bkURyirUW-2" style="sketch=0;points=[[0,0,0],[0.25,0,0],[0.5,0,0],[0.75,0,0],[1,0,0],[0,1,0],[0.25,1,0],[0.5,1,0],[0.75,1,0],[1,1,0],[0,0.25,0],[0,0.5,0],[0,0.75,0],[1,0.25,0],[1,0.5,0],[1,0.75,0]];outlineConnect=0;fontColor=#232F3E;fillColor=#ED7100;strokeColor=#ffffff;dashed=0;verticalLabelPosition=bottom;verticalAlign=top;align=center;html=1;fontSize=12;fontStyle=0;aspect=fixed;shape=mxgraph.aws4.resourceIcon;resIcon=mxgraph.aws4.lambda;" value="Lambda ECS Proxy" vertex="1">
          <mxGeometry height="60" width="60" x="285" y="160" as="geometry" />
        </mxCell>
+         <mxCell id="_opSp_jGJUgrO-m5j93l-4" edge="1" parent="StVWuoEk6P6bkURyirUW-2" source="StVWuoEk6P6bkURyirUW-54" style="edgeStyle=orthogonalEdgeStyle;rounded=0;orthogonalLoop=1;jettySize=auto;html=1;" target="_opSp_jGJUgrO-m5j93l-2">
+           <mxGeometry relative="1" as="geometry">
+             <Array as="points">
+               <mxPoint x="480" y="320" />
+               <mxPoint x="480" y="320" />
+             </Array>
+           </mxGeometry>
+         </mxCell>
+         <mxCell id="_opSp_jGJUgrO-m5j93l-5" connectable="0" parent="_opSp_jGJUgrO-m5j93l-4" style="edgeLabel;html=1;align=center;verticalAlign=middle;resizable=0;points=[];" value="Proxy &lt;br&gt;Bedrock Request" vertex="1">
+           <mxGeometry relative="1" x="-0.1566" y="-1" as="geometry">
+             <mxPoint as="offset" />
+           </mxGeometry>
+         </mxCell>
        <mxCell id="StVWuoEk6P6bkURyirUW-54" parent="StVWuoEk6P6bkURyirUW-2" style="rounded=0;whiteSpace=wrap;html=1;fillColor=#f5f5f5;fontColor=#333333;strokeColor=#666666;" value="" vertex="1">
          <mxGeometry height="110" width="362.5" x="527.5" y="280" as="geometry" />
        </mxCell>
        <mxCell id="StVWuoEk6P6bkURyirUW-21" parent="StVWuoEk6P6bkURyirUW-2" style="sketch=0;points=[[0,0,0],[0.25,0,0],[0.5,0,0],[0.75,0,0],[1,0,0],[0,1,0],[0.25,1,0],[0.5,1,0],[0.75,1,0],[1,1,0],[0,0.25,0],[0,0.5,0],[0,0.75,0],[1,0.25,0],[1,0.5,0],[1,0.75,0]];outlineConnect=0;fontColor=#232F3E;fillColor=#ED7100;strokeColor=#ffffff;dashed=0;verticalLabelPosition=bottom;verticalAlign=top;align=center;html=1;fontSize=12;fontStyle=0;aspect=fixed;shape=mxgraph.aws4.resourceIcon;resIcon=mxgraph.aws4.ecs;" value="" vertex="1">
          <mxGeometry height="60" width="60" x="545" y="290" as="geometry" />
        </mxCell>
        <mxCell id="StVWuoEk6P6bkURyirUW-19" parent="StVWuoEk6P6bkURyirUW-2" style="sketch=0;points=[[0,0,0],[0.25,0,0],[0.5,0,0],[0.75,0,0],[1,0,0],[0,1,0],[0.25,1,0],[0.5,1,0],[0.75,1,0],[1,1,0],[0,0.25,0],[0,0.5,0],[0,0.75,0],[1,0.25,0],[1,0.5,0],[1,0.75,0]];outlineConnect=0;fontColor=#232F3E;fillColor=#8C4FFF;strokeColor=#ffffff;dashed=0;verticalLabelPosition=bottom;verticalAlign=top;align=center;html=1;fontSize=12;fontStyle=0;aspect=fixed;shape=mxgraph.aws4.resourceIcon;resIcon=mxgraph.aws4.cloud_map;" value="Cloud Map" vertex="1">
          <mxGeometry height="60" width="60" x="687.5" y="105" as="geometry" />
        </mxCell>
        <mxCell id="StVWuoEk6P6bkURyirUW-47" edge="1" parent="StVWuoEk6P6bkURyirUW-2" source="StVWuoEk6P6bkURyirUW-44" style="edgeStyle=orthogonalEdgeStyle;rounded=0;orthogonalLoop=1;jettySize=auto;html=1;" target="StVWuoEk6P6bkURyirUW-19">
          <mxGeometry relative="1" as="geometry" />
        </mxCell>
        <mxCell id="StVWuoEk6P6bkURyirUW-44" parent="StVWuoEk6P6bkURyirUW-2" style="sketch=0;points=[[0,0,0],[0.25,0,0],[0.5,0,0],[0.75,0,0],[1,0,0],[0,1,0],[0.25,1,0],[0.5,1,0],[0.75,1,0],[1,1,0],[0,0.25,0],[0,0.5,0],[0,0.75,0],[1,0.25,0],[1,0.5,0],[1,0.75,0]];outlineConnect=0;fontColor=#232F3E;fillColor=#ED7100;strokeColor=#ffffff;dashed=0;verticalLabelPosition=bottom;verticalAlign=top;align=center;html=1;fontSize=12;fontStyle=0;aspect=fixed;shape=mxgraph.aws4.resourceIcon;resIcon=mxgraph.aws4.ecs;" value="" vertex="1">
          <mxGeometry height="60" width="60" x="687.5" y="290" as="geometry" />
        </mxCell>
        <mxCell id="EmhcJW3lcSZd0dFbVGC8-7" edge="1" parent="StVWuoEk6P6bkURyirUW-2" source="StVWuoEk6P6bkURyirUW-45" style="edgeStyle=orthogonalEdgeStyle;rounded=0;orthogonalLoop=1;jettySize=auto;html=1;" target="StVWuoEk6P6bkURyirUW-19">
          <mxGeometry relative="1" as="geometry">
            <Array as="points">
              <mxPoint x="850" y="240" />
              <mxPoint x="718" y="240" />
            </Array>
          </mxGeometry>
        </mxCell>
        <mxCell id="StVWuoEk6P6bkURyirUW-45" parent="StVWuoEk6P6bkURyirUW-2" style="sketch=0;points=[[0,0,0],[0.25,0,0],[0.5,0,0],[0.75,0,0],[1,0,0],[0,1,0],[0.25,1,0],[0.5,1,0],[0.75,1,0],[1,1,0],[0,0.25,0],[0,0.5,0],[0,0.75,0],[1,0.25,0],[1,0.5,0],[1,0.75,0]];outlineConnect=0;fontColor=#232F3E;fillColor=#ED7100;strokeColor=#ffffff;dashed=0;verticalLabelPosition=bottom;verticalAlign=top;align=center;html=1;fontSize=12;fontStyle=0;aspect=fixed;shape=mxgraph.aws4.resourceIcon;resIcon=mxgraph.aws4.ecs;" value="" vertex="1">
          <mxGeometry height="60" width="60" x="820" y="290" as="geometry" />
        </mxCell>
        <mxCell id="StVWuoEk6P6bkURyirUW-46" edge="1" parent="StVWuoEk6P6bkURyirUW-2" source="StVWuoEk6P6bkURyirUW-21" style="edgeStyle=orthogonalEdgeStyle;rounded=0;orthogonalLoop=1;jettySize=auto;html=1;" target="StVWuoEk6P6bkURyirUW-19">
          <mxGeometry relative="1" as="geometry">
            <Array as="points">
              <mxPoint x="575" y="240" />
              <mxPoint x="718" y="240" />
            </Array>
          </mxGeometry>
        </mxCell>
        <mxCell id="EmhcJW3lcSZd0dFbVGC8-8" connectable="0" parent="StVWuoEk6P6bkURyirUW-46" style="edgeLabel;html=1;align=center;verticalAlign=middle;resizable=0;points=[];" value="Register DNS" vertex="1">
          <mxGeometry relative="1" x="0.5833" y="1" as="geometry">
            <mxPoint as="offset" />
          </mxGeometry>
        </mxCell>
        <mxCell id="StVWuoEk6P6bkURyirUW-55" parent="StVWuoEk6P6bkURyirUW-2" style="text;html=1;whiteSpace=wrap;strokeColor=none;fillColor=none;align=center;verticalAlign=middle;rounded=0;" value="Microservices&lt;br&gt;in Autoscaler Groups" vertex="1">
          <mxGeometry height="30" width="345" x="545" y="360" as="geometry" />
        </mxCell>
        <mxCell id="EmhcJW3lcSZd0dFbVGC8-9" parent="StVWuoEk6P6bkURyirUW-2" style="sketch=0;points=[[0,0,0],[0.25,0,0],[0.5,0,0],[0.75,0,0],[1,0,0],[0,1,0],[0.25,1,0],[0.5,1,0],[0.75,1,0],[1,1,0],[0,0.25,0],[0,0.5,0],[0,0.75,0],[1,0.25,0],[1,0.5,0],[1,0.75,0]];outlineConnect=0;fontColor=#232F3E;fillColor=#E7157B;strokeColor=#ffffff;dashed=0;verticalLabelPosition=bottom;verticalAlign=top;align=center;html=1;fontSize=12;fontStyle=0;aspect=fixed;shape=mxgraph.aws4.resourceIcon;resIcon=mxgraph.aws4.sqs;" value="" vertex="1">
          <mxGeometry height="40" width="40" x="630" y="300" as="geometry" />
        </mxCell>
        <mxCell id="EmhcJW3lcSZd0dFbVGC8-10" parent="StVWuoEk6P6bkURyirUW-2" style="sketch=0;points=[[0,0,0],[0.25,0,0],[0.5,0,0],[0.75,0,0],[1,0,0],[0,1,0],[0.25,1,0],[0.5,1,0],[0.75,1,0],[1,1,0],[0,0.25,0],[0,0.5,0],[0,0.75,0],[1,0.25,0],[1,0.5,0],[1,0.75,0]];outlineConnect=0;fontColor=#232F3E;fillColor=#E7157B;strokeColor=#ffffff;dashed=0;verticalLabelPosition=bottom;verticalAlign=top;align=center;html=1;fontSize=12;fontStyle=0;aspect=fixed;shape=mxgraph.aws4.resourceIcon;resIcon=mxgraph.aws4.sqs;" value="" vertex="1">
          <mxGeometry height="40" width="40" x="766" y="300" as="geometry" />
        </mxCell>
+         <mxCell id="_opSp_jGJUgrO-m5j93l-2" parent="StVWuoEk6P6bkURyirUW-2" style="sketch=0;points=[[0,0,0],[0.25,0,0],[0.5,0,0],[0.75,0,0],[1,0,0],[0,1,0],[0.25,1,0],[0.5,1,0],[0.75,1,0],[1,1,0],[0,0.25,0],[0,0.5,0],[0,0.75,0],[1,0.25,0],[1,0.5,0],[1,0.75,0]];outlineConnect=0;fontColor=#232F3E;fillColor=#ED7100;strokeColor=#ffffff;dashed=0;verticalLabelPosition=bottom;verticalAlign=top;align=center;html=1;fontSize=12;fontStyle=0;aspect=fixed;shape=mxgraph.aws4.resourceIcon;resIcon=mxgraph.aws4.lambda;" value="Bedrock Proxy" vertex="1">
+           <mxGeometry height="60" width="60" x="280" y="290" as="geometry" />
+         </mxCell>
        <mxCell id="StVWuoEk6P6bkURyirUW-42" edge="1" parent="StVWuoEk6P6bkURyirUW-1" source="StVWuoEk6P6bkURyirUW-9" style="edgeStyle=orthogonalEdgeStyle;rounded=0;orthogonalLoop=1;jettySize=auto;html=1;" target="StVWuoEk6P6bkURyirUW-7">
          <mxGeometry relative="1" as="geometry" />
        </mxCell>
-         <mxCell id="StVWuoEk6P6bkURyirUW-43" connectable="0" parent="StVWuoEk6P6bkURyirUW-42" style="edgeLabel;html=1;align=center;verticalAlign=middle;resizable=0;points=[];" value="Autheticated User" vertex="1">
+         <mxCell id="StVWuoEk6P6bkURyirUW-43" connectable="0" parent="StVWuoEk6P6bkURyirUW-42" style="edgeLabel;html=1;align=center;verticalAlign=middle;resizable=0;points=[];" value="Authenticated User" vertex="1">
          <mxGeometry relative="1" x="0.5003" as="geometry">
            <mxPoint as="offset" />
          </mxGeometry>
        </mxCell>
        <mxCell id="StVWuoEk6P6bkURyirUW-25" edge="1" parent="StVWuoEk6P6bkURyirUW-1" style="edgeStyle=orthogonalEdgeStyle;rounded=0;orthogonalLoop=1;jettySize=auto;html=1;">
          <mxGeometry relative="1" as="geometry">
            <Array as="points">
              <mxPoint x="495" y="210" />
              <mxPoint x="495" y="210" />
            </Array>
            <mxPoint x="425" y="209.99999999999977" as="sourcePoint" />
            <mxPoint x="545" y="209.99999999999977" as="targetPoint" />
          </mxGeometry>
        </mxCell>
-         <mxCell id="StVWuoEk6P6bkURyirUW-26" connectable="0" parent="StVWuoEk6P6bkURyirUW-25" style="edgeLabel;html=1;align=center;verticalAlign=middle;resizable=0;points=[];" value="Check Permisson" vertex="1">
+         <mxCell id="StVWuoEk6P6bkURyirUW-26" connectable="0" parent="StVWuoEk6P6bkURyirUW-25" style="edgeLabel;html=1;align=center;verticalAlign=middle;resizable=0;points=[];" value="Check Permission" vertex="1">
          <mxGeometry relative="1" x="-0.1224" y="-1" as="geometry">
            <mxPoint as="offset" />
          </mxGeometry>
        </mxCell>
        <mxCell id="StVWuoEk6P6bkURyirUW-16" parent="StVWuoEk6P6bkURyirUW-1" style="sketch=0;points=[[0,0,0],[0.25,0,0],[0.5,0,0],[0.75,0,0],[1,0,0],[0,1,0],[0.25,1,0],[0.5,1,0],[0.75,1,0],[1,1,0],[0,0.25,0],[0,0.5,0],[0,0.75,0],[1,0.25,0],[1,0.5,0],[1,0.75,0]];outlineConnect=0;fontColor=#232F3E;fillColor=#8C4FFF;strokeColor=#ffffff;dashed=0;verticalLabelPosition=bottom;verticalAlign=top;align=center;html=1;fontSize=12;fontStyle=0;aspect=fixed;shape=mxgraph.aws4.resourceIcon;resIcon=mxgraph.aws4.api_gateway;" value="API Gateway" vertex="1">
          <mxGeometry height="60" width="60" x="365" y="190" as="geometry" />
        </mxCell>
        <mxCell id="StVWuoEk6P6bkURyirUW-30" edge="1" parent="StVWuoEk6P6bkURyirUW-1" style="edgeStyle=orthogonalEdgeStyle;rounded=0;orthogonalLoop=1;jettySize=auto;html=1;">
          <mxGeometry relative="1" as="geometry">
            <Array as="points">
              <mxPoint x="485" y="230" />
              <mxPoint x="485" y="230" />
            </Array>
            <mxPoint x="545" y="229.99999999999977" as="sourcePoint" />
            <mxPoint x="425" y="229.99999999999977" as="targetPoint" />
          </mxGeometry>
        </mxCell>
        <mxCell id="StVWuoEk6P6bkURyirUW-31" connectable="0" parent="StVWuoEk6P6bkURyirUW-30" style="edgeLabel;html=1;align=center;verticalAlign=middle;resizable=0;points=[];" value="Allow or Block" vertex="1">
          <mxGeometry relative="1" x="0.1914" y="1" as="geometry">
            <mxPoint x="12" as="offset" />
          </mxGeometry>
        </mxCell>
        <mxCell id="StVWuoEk6P6bkURyirUW-32" edge="1" parent="StVWuoEk6P6bkURyirUW-1" source="StVWuoEk6P6bkURyirUW-17" style="edgeStyle=orthogonalEdgeStyle;rounded=0;orthogonalLoop=1;jettySize=auto;html=1;startArrow=classic;startFill=1;" target="StVWuoEk6P6bkURyirUW-27">
          <mxGeometry relative="1" as="geometry" />
        </mxCell>
        <mxCell id="StVWuoEk6P6bkURyirUW-33" connectable="0" parent="StVWuoEk6P6bkURyirUW-32" style="edgeLabel;html=1;align=center;verticalAlign=middle;resizable=0;points=[];" value="Permissions" vertex="1">
          <mxGeometry relative="1" x="0.1131" as="geometry">
            <mxPoint x="-9" as="offset" />
          </mxGeometry>
        </mxCell>
        <mxCell id="StVWuoEk6P6bkURyirUW-17" parent="StVWuoEk6P6bkURyirUW-1" style="sketch=0;points=[[0,0,0],[0.25,0,0],[0.5,0,0],[0.75,0,0],[1,0,0],[0,1,0],[0.25,1,0],[0.5,1,0],[0.75,1,0],[1,1,0],[0,0.25,0],[0,0.5,0],[0,0.75,0],[1,0.25,0],[1,0.5,0],[1,0.75,0]];outlineConnect=0;fontColor=#232F3E;fillColor=#ED7100;strokeColor=#ffffff;dashed=0;verticalLabelPosition=bottom;verticalAlign=top;align=center;html=1;fontSize=12;fontStyle=0;aspect=fixed;shape=mxgraph.aws4.resourceIcon;resIcon=mxgraph.aws4.lambda;" value="Lambda Verified &lt;br&gt;Permissions Authorizer" vertex="1">
          <mxGeometry height="60" width="60" x="545" y="190" as="geometry" />
        </mxCell>
        <mxCell id="StVWuoEk6P6bkURyirUW-24" edge="1" parent="StVWuoEk6P6bkURyirUW-1" source="StVWuoEk6P6bkURyirUW-18" style="edgeStyle=orthogonalEdgeStyle;rounded=0;orthogonalLoop=1;jettySize=auto;html=1;" target="StVWuoEk6P6bkURyirUW-16">
          <mxGeometry relative="1" as="geometry" />
        </mxCell>
        <mxCell id="StVWuoEk6P6bkURyirUW-18" parent="StVWuoEk6P6bkURyirUW-1" style="sketch=0;points=[[0,0,0],[0.25,0,0],[0.5,0,0],[0.75,0,0],[1,0,0],[0,1,0],[0.25,1,0],[0.5,1,0],[0.75,1,0],[1,1,0],[0,0.25,0],[0,0.5,0],[0,0.75,0],[1,0.25,0],[1,0.5,0],[1,0.75,0]];outlineConnect=0;fontColor=#232F3E;fillColor=#8C4FFF;strokeColor=#ffffff;dashed=0;verticalLabelPosition=bottom;verticalAlign=top;align=center;html=1;fontSize=12;fontStyle=0;aspect=fixed;shape=mxgraph.aws4.resourceIcon;resIcon=mxgraph.aws4.cloudfront;" value="CloudFront" vertex="1">
          <mxGeometry height="60" width="60" x="365" y="60" as="geometry" />
        </mxCell>
        <mxCell id="StVWuoEk6P6bkURyirUW-27" parent="StVWuoEk6P6bkURyirUW-1" style="sketch=0;points=[[0,0,0],[0.25,0,0],[0.5,0,0],[0.75,0,0],[1,0,0],[0,1,0],[0.25,1,0],[0.5,1,0],[0.75,1,0],[1,1,0],[0,0.25,0],[0,0.5,0],[0,0.75,0],[1,0.25,0],[1,0.5,0],[1,0.75,0]];outlineConnect=0;fontColor=#232F3E;fillColor=#DD344C;strokeColor=#ffffff;dashed=0;verticalLabelPosition=bottom;verticalAlign=top;align=center;html=1;fontSize=12;fontStyle=0;aspect=fixed;shape=mxgraph.aws4.resourceIcon;resIcon=mxgraph.aws4.verified_permissions;" value="Verified&lt;br&gt;Permissions" vertex="1">
          <mxGeometry height="60" width="60" x="712" y="190" as="geometry" />
        </mxCell>
        <mxCell id="StVWuoEk6P6bkURyirUW-28" parent="StVWuoEk6P6bkURyirUW-1" style="sketch=0;points=[[0,0,0],[0.25,0,0],[0.5,0,0],[0.75,0,0],[1,0,0],[0,1,0],[0.25,1,0],[0.5,1,0],[0.75,1,0],[1,1,0],[0,0.25,0],[0,0.5,0],[0,0.75,0],[1,0.25,0],[1,0.5,0],[1,0.75,0]];outlineConnect=0;fontColor=#232F3E;fillColor=#DD344C;strokeColor=#ffffff;dashed=0;verticalLabelPosition=bottom;verticalAlign=top;align=center;html=1;fontSize=12;fontStyle=0;aspect=fixed;shape=mxgraph.aws4.resourceIcon;resIcon=mxgraph.aws4.cognito;" value="Cognito" vertex="1">
          <mxGeometry height="60" width="60" x="545" y="60" as="geometry" />
        </mxCell>
        <mxCell id="StVWuoEk6P6bkURyirUW-38" edge="1" parent="StVWuoEk6P6bkURyirUW-1" source="StVWuoEk6P6bkURyirUW-17" style="edgeStyle=orthogonalEdgeStyle;rounded=0;orthogonalLoop=1;jettySize=auto;html=1;" target="StVWuoEk6P6bkURyirUW-28">
          <mxGeometry relative="1" as="geometry">
            <Array as="points">
              <mxPoint x="575" y="90" />
              <mxPoint x="575" y="90" />
            </Array>
            <mxPoint x="575" y="110" as="targetPoint" />
          </mxGeometry>
        </mxCell>
        <mxCell id="StVWuoEk6P6bkURyirUW-39" connectable="0" parent="StVWuoEk6P6bkURyirUW-38" style="edgeLabel;html=1;align=center;verticalAlign=middle;resizable=0;points=[];" value="Get Groups" vertex="1">
          <mxGeometry relative="1" x="0.0284" y="-3" as="geometry">
            <mxPoint x="-3" y="1" as="offset" />
          </mxGeometry>
        </mxCell>
        <mxCell id="StVWuoEk6P6bkURyirUW-20" parent="StVWuoEk6P6bkURyirUW-1" style="sketch=0;points=[[0,0,0],[0.25,0,0],[0.5,0,0],[0.75,0,0],[1,0,0],[0,1,0],[0.25,1,0],[0.5,1,0],[0.75,1,0],[1,1,0],[0,0.25,0],[0,0.5,0],[0,0.75,0],[1,0.25,0],[1,0.5,0],[1,0.75,0]];outlineConnect=0;fontColor=#232F3E;fillColor=#C925D1;strokeColor=#ffffff;dashed=0;verticalLabelPosition=bottom;verticalAlign=top;align=center;html=1;fontSize=12;fontStyle=0;aspect=fixed;shape=mxgraph.aws4.resourceIcon;resIcon=mxgraph.aws4.dynamodb;" value="DynamoDB" vertex="1">
          <mxGeometry height="60" width="60" x="900" y="790" as="geometry" />
        </mxCell>
        <mxCell id="StVWuoEk6P6bkURyirUW-56" edge="1" parent="StVWuoEk6P6bkURyirUW-1" source="StVWuoEk6P6bkURyirUW-45" style="edgeStyle=orthogonalEdgeStyle;rounded=0;orthogonalLoop=1;jettySize=auto;html=1;startArrow=classic;startFill=1;" target="StVWuoEk6P6bkURyirUW-20">
          <mxGeometry relative="1" as="geometry" />
        </mxCell>
        <mxCell id="StVWuoEk6P6bkURyirUW-57" connectable="0" parent="StVWuoEk6P6bkURyirUW-56" style="edgeLabel;html=1;align=center;verticalAlign=middle;resizable=0;points=[];" value="Store&lt;br&gt;Data" vertex="1">
          <mxGeometry relative="1" x="0.328" y="-1" as="geometry">
            <mxPoint as="offset" />
          </mxGeometry>
        </mxCell>
        <mxCell id="StVWuoEk6P6bkURyirUW-52" parent="StVWuoEk6P6bkURyirUW-1" style="sketch=0;points=[[0,0,0],[0.25,0,0],[0.5,0,0],[0.75,0,0],[1,0,0],[0,1,0],[0.25,1,0],[0.5,1,0],[0.75,1,0],[1,1,0],[0,0.25,0],[0,0.5,0],[0,0.75,0],[1,0.25,0],[1,0.5,0],[1,0.75,0]];outlineConnect=0;fontColor=#232F3E;fillColor=#ED7100;strokeColor=#ffffff;dashed=0;verticalLabelPosition=bottom;verticalAlign=top;align=center;html=1;fontSize=12;fontStyle=0;aspect=fixed;shape=mxgraph.aws4.resourceIcon;resIcon=mxgraph.aws4.ecr;" value="ECR" vertex="1">
-           <mxGeometry height="60" width="60" x="440" y="795" as="geometry" />
+           <mxGeometry height="60" width="60" x="500" y="795" as="geometry" />
        </mxCell>
        <mxCell id="StVWuoEk6P6bkURyirUW-58" edge="1" parent="StVWuoEk6P6bkURyirUW-1" source="StVWuoEk6P6bkURyirUW-8" style="edgeStyle=orthogonalEdgeStyle;rounded=0;orthogonalLoop=1;jettySize=auto;html=1;startArrow=classic;startFill=1;endArrow=none;endFill=0;" target="StVWuoEk6P6bkURyirUW-52">
          <mxGeometry relative="1" as="geometry">
            <Array as="points">
              <mxPoint x="655" y="830" />
            </Array>
          </mxGeometry>
        </mxCell>
        <mxCell id="StVWuoEk6P6bkURyirUW-59" connectable="0" parent="StVWuoEk6P6bkURyirUW-58" style="edgeLabel;html=1;align=center;verticalAlign=middle;resizable=0;points=[];" value="Provide&lt;br&gt;Image" vertex="1">
          <mxGeometry relative="1" x="0.2066" y="1" as="geometry">
            <mxPoint x="-1" y="25" as="offset" />
          </mxGeometry>
        </mxCell>
        <mxCell id="EmhcJW3lcSZd0dFbVGC8-3" edge="1" parent="StVWuoEk6P6bkURyirUW-1" source="StVWuoEk6P6bkURyirUW-16" style="edgeStyle=orthogonalEdgeStyle;rounded=0;orthogonalLoop=1;jettySize=auto;html=1;" target="StVWuoEk6P6bkURyirUW-9" value="">
          <mxGeometry relative="1" as="geometry">
            <mxPoint x="405" y="100" as="sourcePoint" />
            <mxPoint x="405" y="310" as="targetPoint" />
          </mxGeometry>
        </mxCell>
        <mxCell id="StVWuoEk6P6bkURyirUW-9" parent="StVWuoEk6P6bkURyirUW-1" style="sketch=0;outlineConnect=0;fontColor=#232F3E;gradientColor=none;strokeColor=#232F3E;fillColor=#ffffff;dashed=0;verticalLabelPosition=bottom;verticalAlign=top;align=center;html=1;fontSize=12;fontStyle=0;aspect=fixed;shape=mxgraph.aws4.resourceIcon;resIcon=mxgraph.aws4.internet_gateway;" value="Internet&lt;br&gt;gateway" vertex="1">
          <mxGeometry height="40" width="40" x="375" y="300" as="geometry" />
        </mxCell>
        <mxCell id="EmhcJW3lcSZd0dFbVGC8-5" edge="1" parent="StVWuoEk6P6bkURyirUW-1" source="StVWuoEk6P6bkURyirUW-21" style="edgeStyle=orthogonalEdgeStyle;rounded=0;orthogonalLoop=1;jettySize=auto;html=1;startArrow=classic;startFill=1;endArrow=none;endFill=0;" target="StVWuoEk6P6bkURyirUW-8" value="">
          <mxGeometry relative="1" as="geometry">
            <mxPoint x="665" y="460" as="sourcePoint" />
            <mxPoint x="665" y="585" as="targetPoint" />
          </mxGeometry>
        </mxCell>
        <mxCell id="StVWuoEk6P6bkURyirUW-8" parent="StVWuoEk6P6bkURyirUW-1" style="sketch=0;outlineConnect=0;fontColor=#232F3E;gradientColor=none;strokeColor=#232F3E;fillColor=#ffffff;dashed=0;verticalLabelPosition=bottom;verticalAlign=top;align=center;html=1;fontSize=12;fontStyle=0;aspect=fixed;shape=mxgraph.aws4.resourceIcon;resIcon=mxgraph.aws4.internet_gateway;" value="Egress-Only&lt;br&gt;IPv6 Internet&lt;br&gt;gateway" vertex="1">
          <mxGeometry height="40" width="40" x="635" y="710" as="geometry" />
+         </mxCell>
+         <mxCell id="_opSp_jGJUgrO-m5j93l-1" parent="StVWuoEk6P6bkURyirUW-1" style="sketch=0;points=[[0,0,0],[0.25,0,0],[0.5,0,0],[0.75,0,0],[1,0,0],[0,1,0],[0.25,1,0],[0.5,1,0],[0.75,1,0],[1,1,0],[0,0.25,0],[0,0.5,0],[0,0.75,0],[1,0.25,0],[1,0.5,0],[1,0.75,0]];outlineConnect=0;fontColor=#232F3E;fillColor=#01A88D;strokeColor=#ffffff;dashed=0;verticalLabelPosition=bottom;verticalAlign=top;align=center;html=1;fontSize=12;fontStyle=0;aspect=fixed;shape=mxgraph.aws4.resourceIcon;resIcon=mxgraph.aws4.bedrock;" value="" vertex="1">
+           <mxGeometry height="60" width="60" x="360" y="790" as="geometry" />
+         </mxCell>
+         <mxCell id="_opSp_jGJUgrO-m5j93l-3" edge="1" parent="StVWuoEk6P6bkURyirUW-1" source="_opSp_jGJUgrO-m5j93l-2" style="edgeStyle=orthogonalEdgeStyle;rounded=0;orthogonalLoop=1;jettySize=auto;html=1;" target="_opSp_jGJUgrO-m5j93l-1">
+           <mxGeometry relative="1" as="geometry" />
        </mxCell>
        <mxCell id="StVWuoEk6P6bkURyirUW-11" parent="1" style="shape=umlActor;verticalLabelPosition=bottom;verticalAlign=top;html=1;outlineConnect=0;" value="Actor" vertex="1">
          <mxGeometry height="60" width="30" x="390" y="-410" as="geometry" />
        </mxCell>
        <mxCell id="StVWuoEk6P6bkURyirUW-22" edge="1" parent="1" source="StVWuoEk6P6bkURyirUW-11" style="edgeStyle=orthogonalEdgeStyle;rounded=0;orthogonalLoop=1;jettySize=auto;html=1;" target="StVWuoEk6P6bkURyirUW-18">
          <mxGeometry relative="1" as="geometry" />
        </mxCell>
        <mxCell id="StVWuoEk6P6bkURyirUW-23" connectable="0" parent="StVWuoEk6P6bkURyirUW-22" style="edgeLabel;html=1;align=center;verticalAlign=middle;resizable=0;points=[];" value="msa26-peer-review.fh-wedel.dev" vertex="1">
          <mxGeometry relative="1" x="-0.2754" y="-1" as="geometry">
            <mxPoint as="offset" />
          </mxGeometry>
        </mxCell>
        <mxCell id="StVWuoEk6P6bkURyirUW-34" edge="1" parent="1" source="StVWuoEk6P6bkURyirUW-11" style="edgeStyle=orthogonalEdgeStyle;rounded=0;orthogonalLoop=1;jettySize=auto;html=1;startArrow=classic;startFill=1;" target="StVWuoEk6P6bkURyirUW-28">
          <mxGeometry relative="1" as="geometry" />
        </mxCell>
        <mxCell id="StVWuoEk6P6bkURyirUW-35" connectable="0" parent="StVWuoEk6P6bkURyirUW-34" style="edgeLabel;html=1;align=center;verticalAlign=middle;resizable=0;points=[];" value="Log in" vertex="1">
          <mxGeometry relative="1" x="-0.0444" as="geometry">
            <mxPoint y="31" as="offset" />
          </mxGeometry>
        </mxCell>
      </root>
    </mxGraphModel>
  </diagram>
</mxfile>
